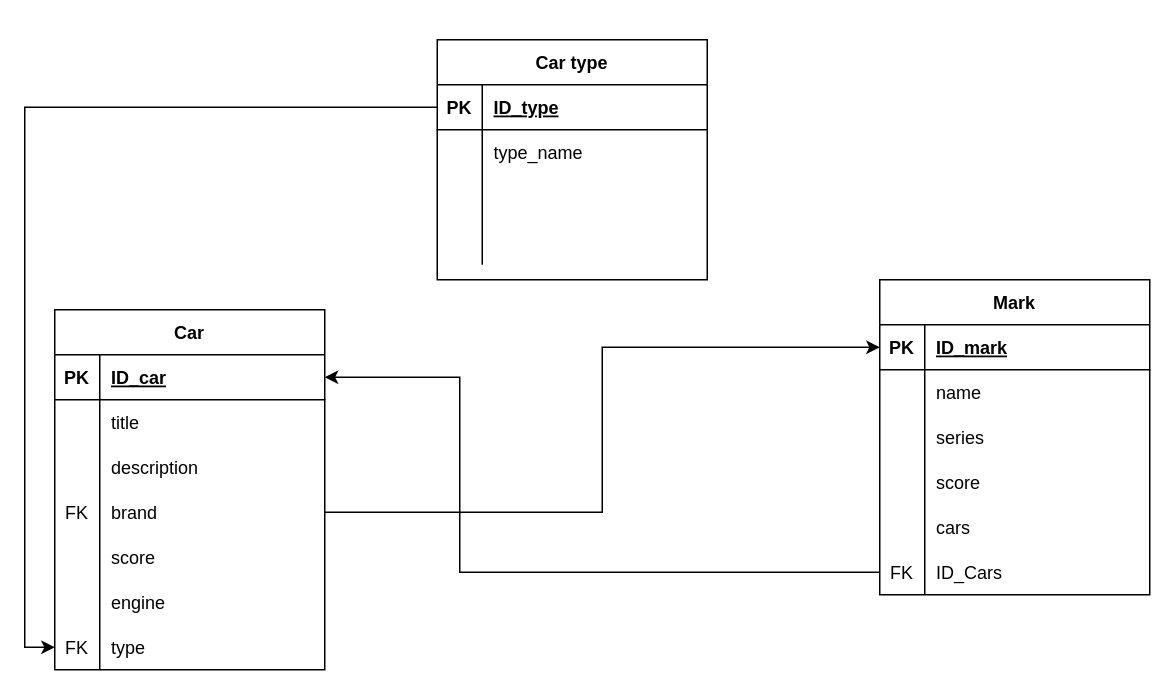
The draw.io diagram Diagram/Diagram.drawio in Cazacu-Condrat-Dumitru/PPW2, before the edit. Source tidied: cells renumbered, new cells numbered last; positions are measured from the earlier drawing's top-left corner, leaving out a move shared by most shapes. Both pictures are drawn from the tidied source at 150%, with x=0, y=0 at pixel (54, 39).
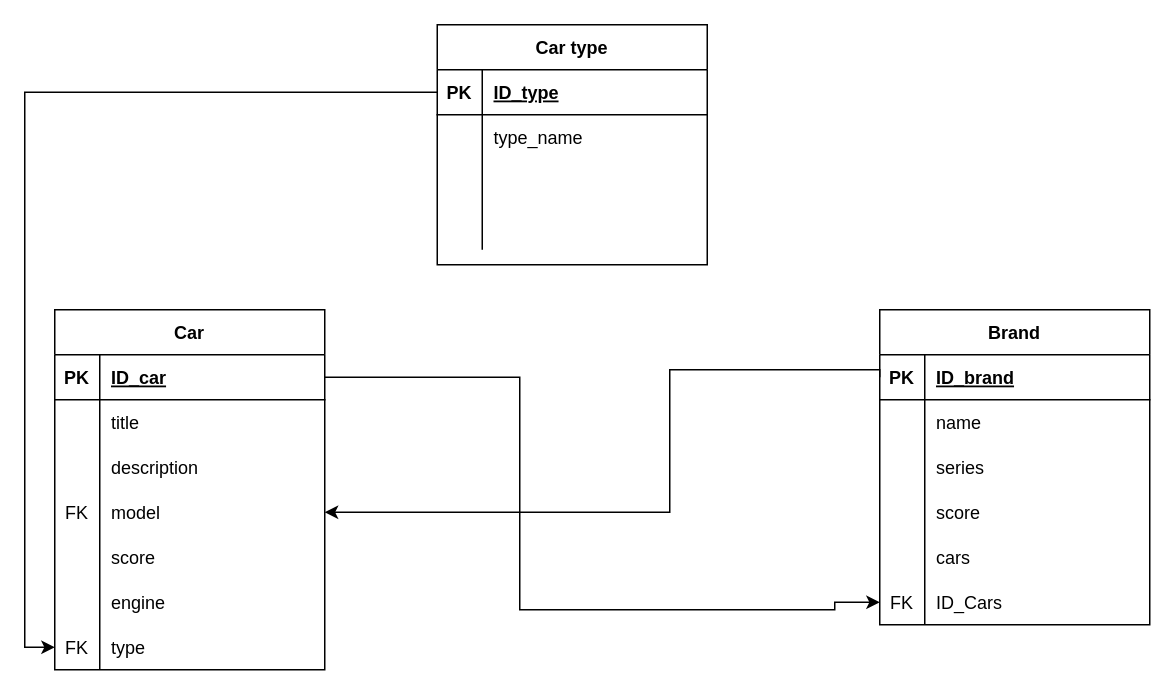
Above is the later version.

Unchanged cells that the change refers to:
```xml
<mxCell id="16" style="shape=tableRow;horizontal=0;startSize=0;swimlaneHead=0;swimlaneBody=0;fillColor=none;points=[[0,0.5],[1,0.5]];portConstraint=eastwest;top=0;left=0;right=0;bottom=1;" parent="15" vertex="1">
  <mxGeometry y="30" width="180" height="30" as="geometry" />
</mxCell>
<mxCell id="25" style="shape=tableRow;horizontal=0;startSize=0;swimlaneHead=0;swimlaneBody=0;fillColor=none;points=[[0,0.5],[1,0.5]];portConstraint=eastwest;top=0;left=0;right=0;bottom=0;" parent="15" vertex="1">
  <mxGeometry y="120" width="180" height="30" as="geometry" />
</mxCell>
<mxCell id="38" style="shape=tableRow;horizontal=0;startSize=0;swimlaneHead=0;swimlaneBody=0;fillColor=none;points=[[0,0.5],[1,0.5]];portConstraint=eastwest;top=0;left=0;right=0;bottom=1;" parent="37" vertex="1">
  <mxGeometry y="30" width="180" height="30" as="geometry" />
</mxCell>
<mxCell id="53" style="shape=tableRow;horizontal=0;startSize=0;swimlaneHead=0;swimlaneBody=0;fillColor=none;points=[[0,0.5],[1,0.5]];portConstraint=eastwest;top=0;left=0;right=0;bottom=0;" parent="37" vertex="1">
  <mxGeometry y="180" width="180" height="30" as="geometry" />
</mxCell>
```

What changed in the source:
```diff
@@
     <mxCell id="2" value="Car type" style="shape=table;startSize=30;childLayout=tableLayout;rowLines=0;fontStyle=1;align=center;" parent="1" vertex="1">
-      <mxGeometry x="255" width="180" height="160" as="geometry" />
+      <mxGeometry x="255" y="-10" width="180" height="160" as="geometry" />
     </mxCell>
@@
-    <mxCell id="27" value="brand" style="shape=partialRectangle;fillColor=none;top=0;left=0;bottom=0;right=0;align=left;spacingLeft=6;overflow=hidden;" parent="25" vertex="1">
+    <mxCell id="27" value="model" style="shape=partialRectangle;fillColor=none;top=0;left=0;bottom=0;right=0;align=left;spacingLeft=6;overflow=hidden;" parent="25" vertex="1">
       <mxGeometry x="30" width="150" height="30" as="geometry" />
     </mxCell>
@@
-    <mxCell id="37" value="Mark" style="shape=table;startSize=30;childLayout=tableLayout;rowLines=0;fontStyle=1;align=center;" parent="1" vertex="1">
-      <mxGeometry x="550" y="160" width="180" height="210" as="geometry" />
+    <mxCell id="37" value="Brand" style="shape=table;startSize=30;childLayout=tableLayout;rowLines=0;fontStyle=1;align=center;" parent="1" vertex="1">
+      <mxGeometry x="550" y="180" width="180" height="210" as="geometry" />
     </mxCell>
@@
-    <mxCell id="40" value="ID_mark" style="shape=partialRectangle;fillColor=none;top=0;left=0;bottom=0;right=0;align=left;spacingLeft=6;fontStyle=5;overflow=hidden;" parent="38" vertex="1">
+    <mxCell id="40" value="ID_brand" style="shape=partialRectangle;fillColor=none;top=0;left=0;bottom=0;right=0;align=left;spacingLeft=6;fontStyle=5;overflow=hidden;" parent="38" vertex="1">
       <mxGeometry x="30" width="150" height="30" as="geometry" />
     </mxCell>
@@
-    <mxCell id="57" style="edgeStyle=orthogonalEdgeStyle;rounded=0;jettySize=auto;html=1;exitX=1;exitY=0.5;exitDx=0;exitDy=0;entryX=0;entryY=0.5;entryDx=0;entryDy=0;" parent="1" edge="1" source="25" target="38">
-      <mxGeometry relative="1" as="geometry">
-        <Array as="points">
-          <mxPoint x="365" y="315" />
-          <mxPoint x="365" y="205" />
-        </Array>
-      </mxGeometry>
-    </mxCell>
-    <mxCell id="58" style="edgeStyle=orthogonalEdgeStyle;rounded=0;jettySize=auto;html=1;exitX=0;exitY=0.5;exitDx=0;exitDy=0;entryX=1;entryY=0.5;entryDx=0;entryDy=0;" parent="1" edge="1" source="53" target="16">
-      <mxGeometry relative="1" as="geometry">
-        <Array as="points">
-          <mxPoint x="270" y="355" />
-          <mxPoint x="270" y="225" />
-        </Array>
-      </mxGeometry>
-    </mxCell>
+    <mxCell id="59" style="edgeStyle=orthogonalEdgeStyle;rounded=0;jettySize=auto;html=1;exitX=0;exitY=0.5;exitDx=0;exitDy=0;entryX=1;entryY=0.5;entryDx=0;entryDy=0;" parent="1" edge="1" source="38" target="25">
+      <mxGeometry relative="1" as="geometry">
+        <Array as="points">
+          <mxPoint x="550" y="220" />
+          <mxPoint x="410" y="220" />
+          <mxPoint x="410" y="315" />
+        </Array>
+      </mxGeometry>
+    </mxCell>
+    <mxCell id="60" style="edgeStyle=orthogonalEdgeStyle;rounded=0;jettySize=auto;html=1;exitX=1;exitY=0.5;exitDx=0;exitDy=0;entryX=0;entryY=0.5;entryDx=0;entryDy=0;" parent="1" edge="1" source="16" target="53">
+      <mxGeometry relative="1" as="geometry">
+        <Array as="points">
+          <mxPoint x="310" y="225" />
+          <mxPoint x="310" y="380" />
+          <mxPoint x="520" y="380" />
+          <mxPoint x="520" y="375" />
+        </Array>
+      </mxGeometry>
+    </mxCell>
```
